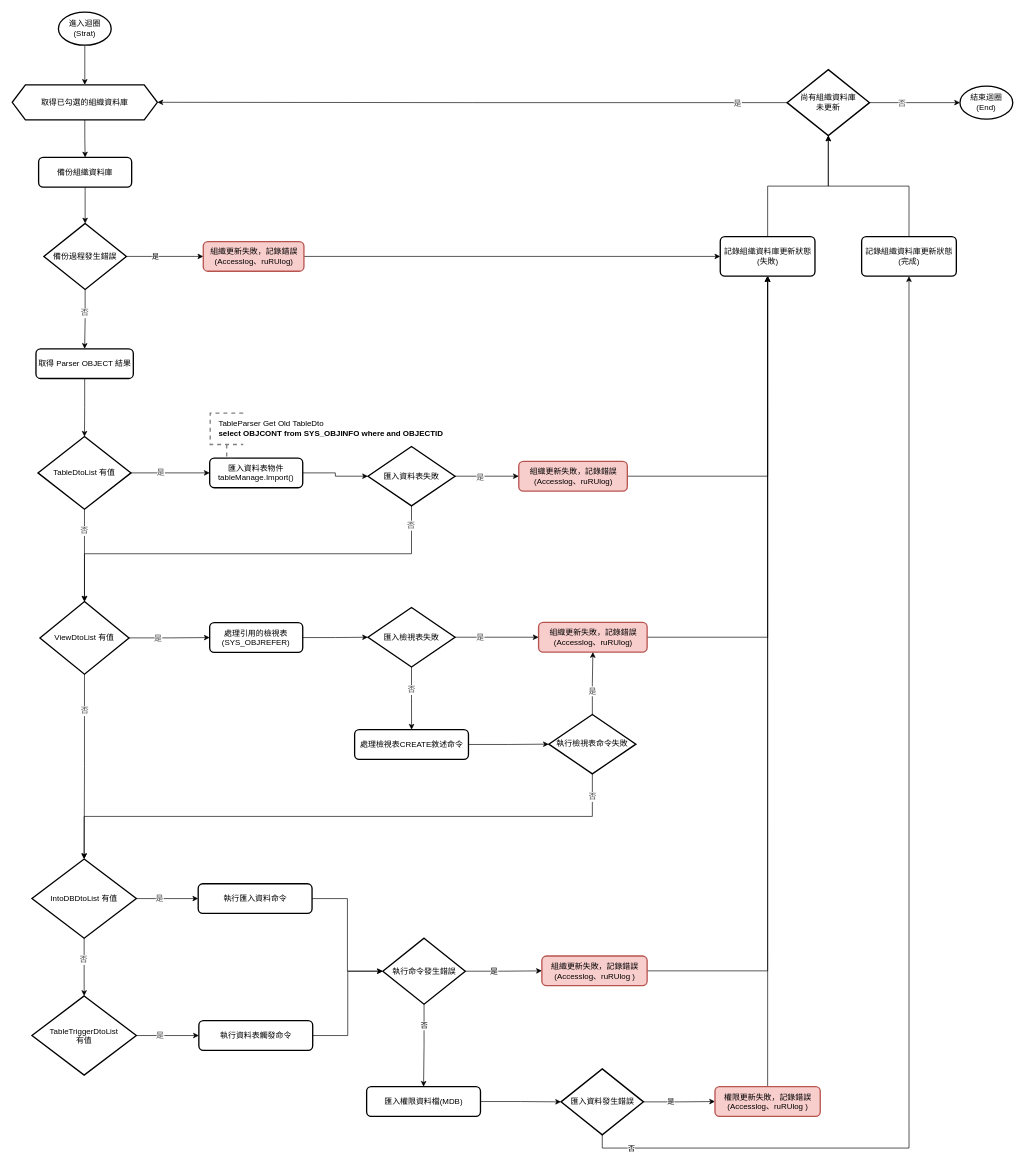
This is page "更新組織資料庫" (5 of 6) of asus/ASUSMaintainTool/MDBUpdate/attachment/更新MDB檔案程式.drawio from ArcareRD/sadocs, a draw.io file, before an edit. Source tidied: cells renumbered, new cells numbered last; positions are measured from the earlier drawing's top-left corner, leaving out a move shared by most shapes. Both pictures are drawn from the tidied source at 66%, with x=0, y=0 at pixel (12, 12).
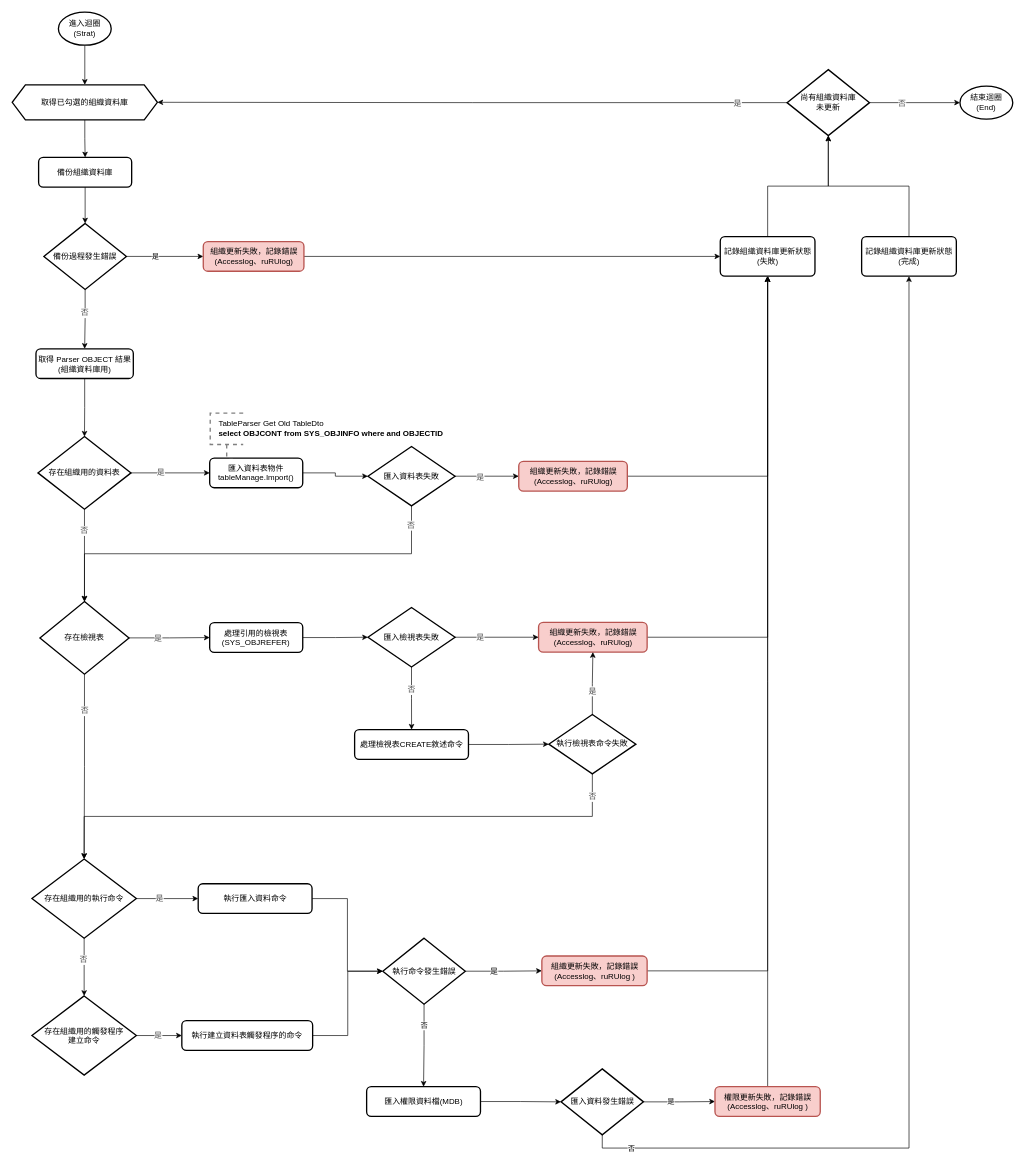
The same page after the edit.

The change refers to these unchanged cells:
```xml
<mxCell id="77" style="edgeStyle=orthogonalEdgeStyle;rounded=0;jettySize=auto;html=1;entryX=0;entryY=0.5;entryDx=0;entryDy=0;strokeColor=#000000;strokeWidth=1;fontSize=12;fontColor=#4D4D4D;endArrow=classic;endFill=1;" parent="1" edge="1" source="79" target="81">
  <mxGeometry relative="1" as="geometry" />
</mxCell>
```

What changed in the source:
```diff
@@
-    <mxCell id="25" value="&lt;span style=&quot;font-family: calibri;&quot;&gt;TableDtoList 有值&lt;/span&gt;" style="strokeWidth=2;html=1;shape=mxgraph.flowchart.decision;whiteSpace=wrap;" parent="1" vertex="1">
+    <mxCell id="25" value="&lt;span style=&quot;font-family: calibri;&quot;&gt;存在組織用的資料表&lt;/span&gt;" style="strokeWidth=2;html=1;shape=mxgraph.flowchart.decision;whiteSpace=wrap;" parent="1" vertex="1">
       <mxGeometry x="39" y="643" width="141" height="110" as="geometry" />
     </mxCell>
@@
-    <mxCell id="39" value="&lt;font face=&quot;calibri&quot;&gt;ViewDtoList 有值&lt;/font&gt;" style="strokeWidth=2;html=1;shape=mxgraph.flowchart.decision;whiteSpace=wrap;" parent="1" vertex="1">
+    <mxCell id="39" value="&lt;font face=&quot;calibri&quot;&gt;存在檢視表&lt;/font&gt;" style="strokeWidth=2;html=1;shape=mxgraph.flowchart.decision;whiteSpace=wrap;" parent="1" vertex="1">
       <mxGeometry x="42" y="893" width="135" height="110" as="geometry" />
     </mxCell>
@@
-    <mxCell id="50" value="&lt;p style=&quot;margin-top: 0pt; margin-bottom: 0pt; margin-left: 0in; text-indent: 0in; font-size: 12px;&quot;&gt;&lt;font face=&quot;calibri&quot;&gt;&lt;span&gt;取得 Parser OBJECT 結果&lt;/span&gt;&lt;/font&gt;&lt;/p&gt;" style="rounded=1;whiteSpace=wrap;html=1;absoluteArcSize=1;arcSize=14;strokeWidth=2;fontSize=12;align=center;labelBackgroundColor=none;fontStyle=0;" parent="1" vertex="1">
+    <mxCell id="50" value="&lt;p style=&quot;margin-top: 0pt; margin-bottom: 0pt; margin-left: 0in; text-indent: 0in; font-size: 12px;&quot;&gt;&lt;font face=&quot;calibri&quot;&gt;&lt;span&gt;取得 Parser OBJECT 結果&lt;/span&gt;&lt;/font&gt;&lt;/p&gt;&lt;p style=&quot;margin-top: 0pt; margin-bottom: 0pt; margin-left: 0in; text-indent: 0in; font-size: 12px;&quot;&gt;&lt;font face=&quot;calibri&quot;&gt;&lt;span&gt;(組織資料庫用)&lt;/span&gt;&lt;/font&gt;&lt;/p&gt;" style="rounded=1;whiteSpace=wrap;html=1;absoluteArcSize=1;arcSize=14;strokeWidth=2;fontSize=12;align=center;labelBackgroundColor=none;fontStyle=0;" parent="1" vertex="1">
       <mxGeometry x="36" y="510" width="147.5" height="45" as="geometry" />
     </mxCell>
@@
-    <mxCell id="74" value="&lt;font face=&quot;calibri&quot;&gt;IntoDBDtoList 有值&lt;/font&gt;" style="strokeWidth=2;html=1;shape=mxgraph.flowchart.decision;whiteSpace=wrap;" parent="1" vertex="1">
+    <mxCell id="74" value="&lt;font face=&quot;calibri&quot;&gt;存在組織用的執行命令&lt;/font&gt;" style="strokeWidth=2;html=1;shape=mxgraph.flowchart.decision;whiteSpace=wrap;" parent="1" vertex="1">
       <mxGeometry x="29.9" y="1283" width="158.2" height="120" as="geometry" />
     </mxCell>
@@
     <mxCell id="78" value="是" style="edgeLabel;html=1;align=center;verticalAlign=middle;fontSize=12;fontColor=#4D4D4D;" parent="77" vertex="1">
       <mxGeometry x="-0.31" relative="1" as="geometry">
-        <mxPoint x="2" y="-1" as="offset" />
+        <mxPoint x="8" y="-1" as="offset" />
       </mxGeometry>
     </mxCell>
-    <mxCell id="79" value="&lt;font face=&quot;calibri&quot;&gt;TableTriggerDtoList &lt;br&gt;有值&lt;/font&gt;" style="strokeWidth=2;html=1;shape=mxgraph.flowchart.decision;whiteSpace=wrap;" parent="1" vertex="1">
+    <mxCell id="79" value="&lt;font face=&quot;calibri&quot;&gt;存在組織用的觸發程序&lt;br&gt;建立命令&lt;/font&gt;" style="strokeWidth=2;html=1;shape=mxgraph.flowchart.decision;whiteSpace=wrap;" parent="1" vertex="1">
       <mxGeometry x="29.9" y="1490.5" width="158.2" height="120" as="geometry" />
     </mxCell>
@@
-    <mxCell id="81" value="&lt;font face=&quot;calibri&quot;&gt;執行資料表觸發命令&lt;br&gt;&lt;/font&gt;" style="rounded=1;whiteSpace=wrap;html=1;absoluteArcSize=1;arcSize=14;strokeWidth=2;fontSize=12;align=center;labelBackgroundColor=none;fontStyle=0;" parent="1" vertex="1">
-      <mxGeometry x="282.8" y="1528" width="172.5" height="45" as="geometry" />
+    <mxCell id="81" value="&lt;font face=&quot;calibri&quot;&gt;執行建立資料表觸發程序的命令&lt;br&gt;&lt;/font&gt;" style="rounded=1;whiteSpace=wrap;html=1;absoluteArcSize=1;arcSize=14;strokeWidth=2;fontSize=12;align=center;labelBackgroundColor=none;fontStyle=0;" parent="1" vertex="1">
+      <mxGeometry x="257" y="1528" width="198.2" height="45" as="geometry" />
     </mxCell>
```
